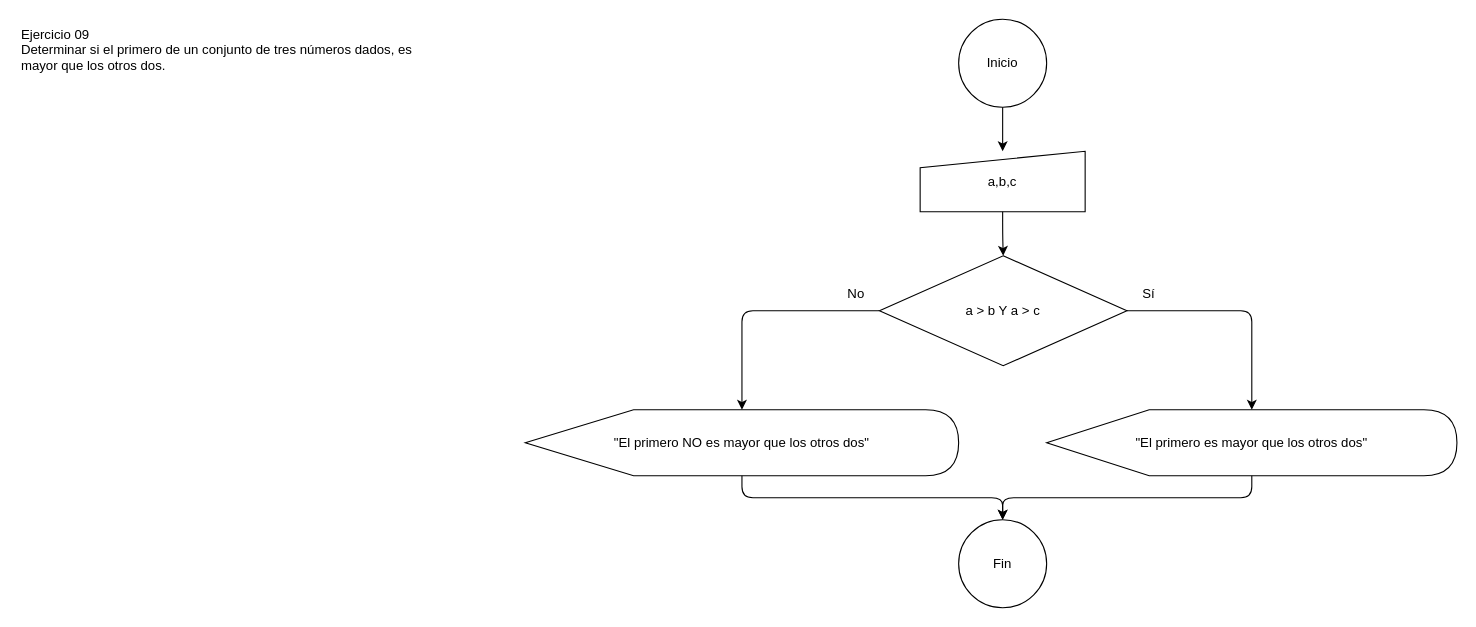
Earlier version of the draw.io diagram DATOS Y ALGORITMOS/Practica/1_Practica_1/Ejercicio_09/diagrama.drawio (gonzalogiolitti/facultad-tcd). Source tidied: cells renumbered, new cells numbered last; positions are measured from the earlier drawing's top-left corner, leaving out a move shared by most shapes. Both pictures are drawn from the tidied source at 110%, with x=0, y=0 at pixel (19, 19).
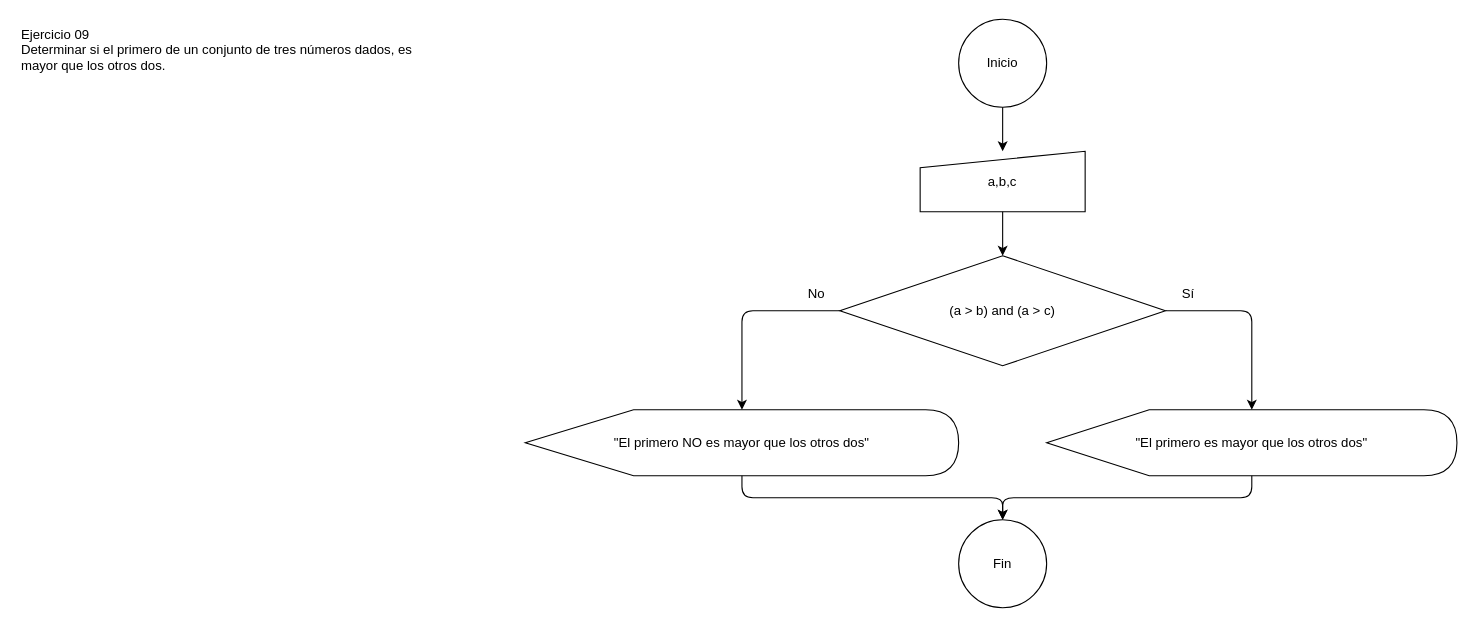
After the change.

Change to the diagram source:
```diff
@@
-    <mxCell id="5" value="a &gt; b Y a &gt; c" style="rhombus;whiteSpace=wrap;html=1;" parent="1" vertex="1">
-      <mxGeometry x="782" y="215" width="225" height="100" as="geometry" />
+    <mxCell id="5" value="(a &gt; b) and (a &gt; c)" style="rhombus;whiteSpace=wrap;html=1;" parent="1" vertex="1">
+      <mxGeometry x="746" y="215" width="296" height="100" as="geometry" />
     </mxCell>
@@
     <mxCell id="8" value="Sí" style="text;html=1;strokeColor=none;fillColor=none;align=center;verticalAlign=middle;whiteSpace=wrap;" parent="1" vertex="1">
-      <mxGeometry x="1012" y="239" width="30" height="22" as="geometry" />
+      <mxGeometry x="1048" y="239" width="30" height="22" as="geometry" />
     </mxCell>
     <mxCell id="9" value="No" style="text;html=1;strokeColor=none;fillColor=none;align=center;verticalAlign=middle;whiteSpace=wrap;" parent="1" vertex="1">
-      <mxGeometry x="746" y="239" width="30" height="22" as="geometry" />
+      <mxGeometry x="710" y="239" width="30" height="22" as="geometry" />
     </mxCell>
```
